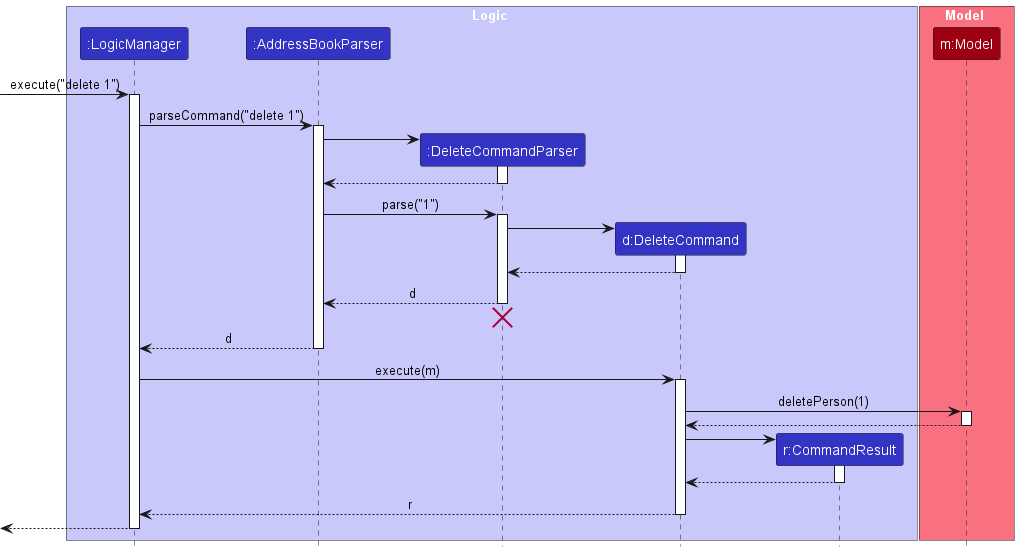
This is docs/images/DeleteSequenceDiagram.png from nus-cs2103-AY2425S1/tp, a PlantUML export, as it was before one commit.
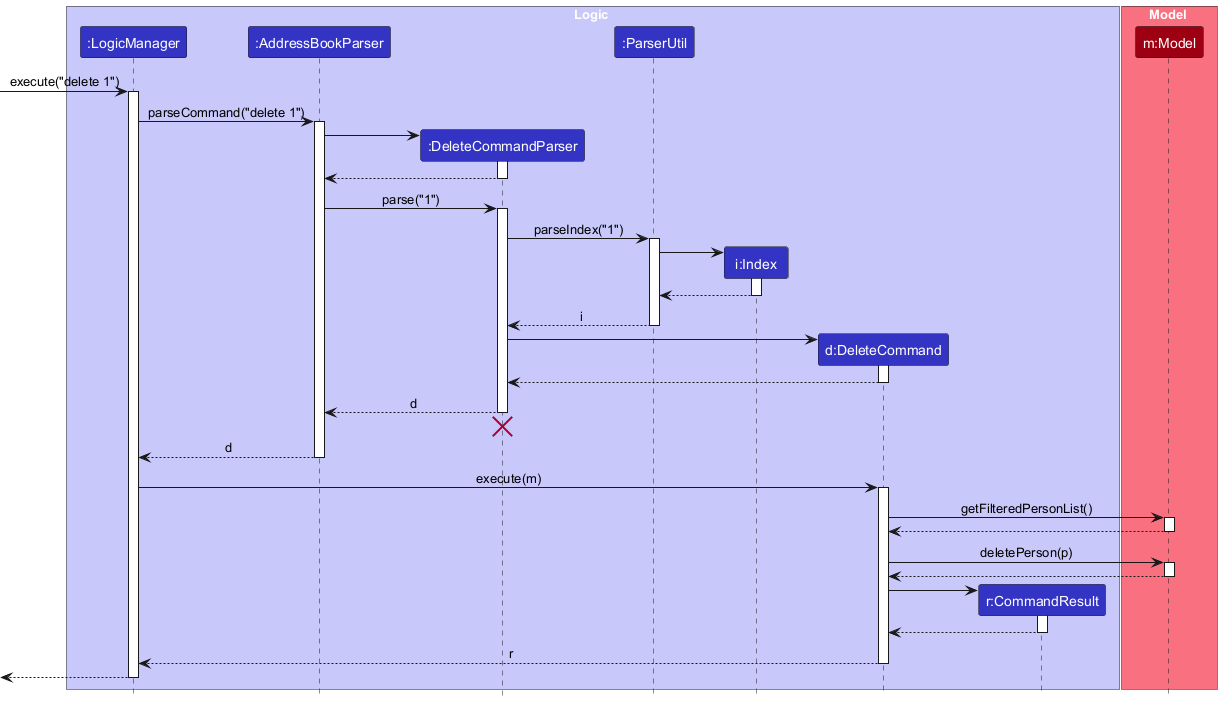
After the commit.

The edit, as a diff of the source:
```diff
@@ -6,8 +6,11 @@
 participant ":LogicManager" as LogicManager LOGIC_COLOR
 participant ":AddressBookParser" as AddressBookParser LOGIC_COLOR
 participant ":DeleteCommandParser" as DeleteCommandParser LOGIC_COLOR
+participant ":ParserUtil" as ParserUtil LOGIC_COLOR
+participant "i:Index" as Index LOGIC_COLOR
 participant "d:DeleteCommand" as DeleteCommand LOGIC_COLOR
 participant "r:CommandResult" as CommandResult LOGIC_COLOR
+
 end box
 
 box Model MODEL_COLOR_T1
@@ -30,11 +33,24 @@
 AddressBookParser -> DeleteCommandParser : parse("1")
 activate DeleteCommandParser
 
+DeleteCommandParser -> ParserUtil : parseIndex("1")
+activate ParserUtil
+
+create Index
+ParserUtil -> Index
+activate Index
+
+Index --> ParserUtil
+deactivate Index
+
+ParserUtil --> DeleteCommandParser: i
+deactivate ParserUtil
+
 create DeleteCommand
 DeleteCommandParser -> DeleteCommand
 activate DeleteCommand
 
-DeleteCommand --> DeleteCommandParser :
+DeleteCommand --> DeleteCommandParser
 deactivate DeleteCommand
 
 DeleteCommandParser --> AddressBookParser : d
@@ -48,7 +64,13 @@
 LogicManager -> DeleteCommand : execute(m)
 activate DeleteCommand
 
-DeleteCommand -> Model : deletePerson(1)
+DeleteCommand -> Model : getFilteredPersonList()
+activate Model
+
+Model --> DeleteCommand
+deactivate Model
+
+DeleteCommand -> Model : deletePerson(p)
 activate Model
 
 Model --> DeleteCommand
```
